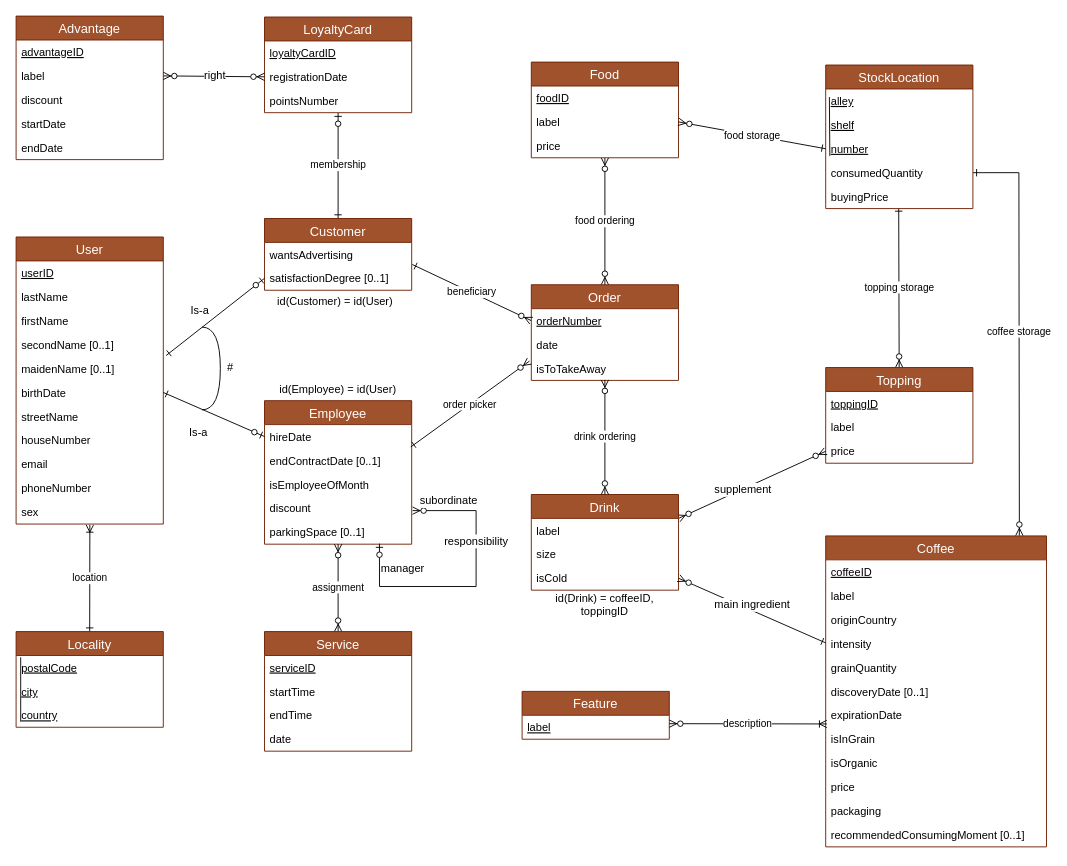
Above: SchemaEA.drawio in DrakeXorn/CoffIG (draw.io), before the change. Source tidied: cells renumbered, new cells numbered last; positions are measured from the earlier drawing's top-left corner, leaving out a move shared by most shapes. Both pictures are drawn from the tidied source at 92%, with x=0, y=0 at pixel (16, 16).
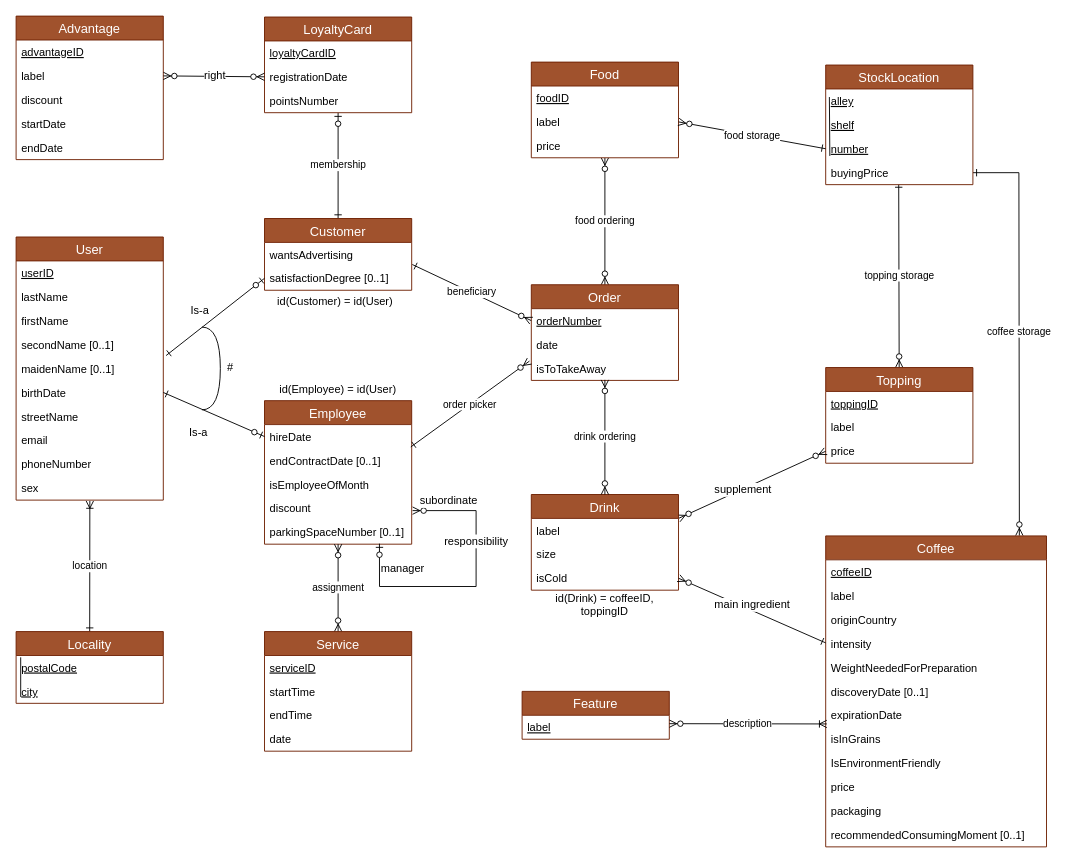
The same page after the edit.

Commit message (it also covers changes not shown here):
Adaptation ER et changements EA

The change refers to these unchanged cells:
```xml
<mxCell id="23" value="Coffee" style="swimlane;fontStyle=0;horizontal=1;startSize=26;fillColor=#a0522d;swimlaneFillColor=#ffffff;align=center;fontSize=14;strokeColor=#6D1F00;fontColor=#ffffff;" parent="1" vertex="1">
  <mxGeometry x="880" y="565" width="240" height="338" as="geometry" />
</mxCell>
<mxCell id="67" value="Employee" style="swimlane;fontStyle=0;horizontal=1;startSize=26;fillColor=#a0522d;swimlaneFillColor=#ffffff;align=center;fontSize=14;strokeColor=#6D1F00;fontColor=#ffffff;" parent="1" vertex="1">
  <mxGeometry x="270" y="418" width="160" height="156" as="geometry" />
</mxCell>
```

Diff of the diagram source:
```diff
@@
-    <mxCell id="28" value="grainQuantity" style="text;strokeColor=none;fillColor=none;spacingLeft=4;spacingRight=4;overflow=hidden;fontSize=12;" parent="23" vertex="1">
+    <mxCell id="28" value="WeightNeededForPreparation" style="text;strokeColor=none;fillColor=none;spacingLeft=4;spacingRight=4;overflow=hidden;fontSize=12;" parent="23" vertex="1">
       <mxGeometry y="130" width="240" height="26" as="geometry" />
     </mxCell>
@@
-    <mxCell id="31" value="isInGrain" style="text;spacingLeft=4;spacingRight=4;overflow=hidden;fontSize=12;" parent="23" vertex="1">
+    <mxCell id="31" value="isInGrains" style="text;spacingLeft=4;spacingRight=4;overflow=hidden;fontSize=12;" parent="23" vertex="1">
       <mxGeometry y="208" width="240" height="26" as="geometry" />
     </mxCell>
-    <mxCell id="32" value="isOrganic" style="text;strokeColor=none;fillColor=none;spacingLeft=4;spacingRight=4;overflow=hidden;fontSize=12;labelBackgroundColor=#FFFFFF;" parent="23" vertex="1">
+    <mxCell id="32" value="IsEnvironmentFriendly" style="text;strokeColor=none;fillColor=none;spacingLeft=4;spacingRight=4;overflow=hidden;fontSize=12;labelBackgroundColor=#FFFFFF;" parent="23" vertex="1">
       <mxGeometry y="234" width="240" height="26" as="geometry" />
     </mxCell>
@@
     <mxCell id="38" value="StockLocation" style="swimlane;fontStyle=0;horizontal=1;startSize=26;fillColor=#a0522d;swimlaneFillColor=#ffffff;align=center;fontSize=14;strokeColor=#6D1F00;fontColor=#ffffff;" parent="1" vertex="1">
-      <mxGeometry x="880" y="53.2" width="160" height="156" as="geometry" />
+      <mxGeometry x="880" y="53.2" width="160" height="130" as="geometry" />
     </mxCell>
@@
-    <mxCell id="42" value="consumedQuantity" style="text;strokeColor=none;fillColor=none;spacingLeft=4;spacingRight=4;overflow=hidden;fontSize=12;" parent="38" vertex="1">
-      <mxGeometry y="104" width="160" height="26" as="geometry" />
-    </mxCell>
     <mxCell id="43" value="buyingPrice" style="text;strokeColor=none;fillColor=none;spacingLeft=4;spacingRight=4;overflow=hidden;points=[[0,0.5],[1,0.5]];portConstraint=eastwest;fontSize=12;" parent="38" vertex="1">
-      <mxGeometry y="130" width="160" height="26" as="geometry" />
+      <mxGeometry y="104" width="160" height="26" as="geometry" />
     </mxCell>
@@
     <mxCell id="45" value="User" style="swimlane;fontStyle=0;horizontal=1;startSize=26;fillColor=#a0522d;swimlaneFillColor=#ffffff;align=center;fontSize=14;strokeColor=#6D1F00;fontColor=#ffffff;" parent="1" vertex="1">
-      <mxGeometry y="240.1" width="160" height="312" as="geometry" />
+      <mxGeometry y="240.1" width="160" height="286" as="geometry" />
     </mxCell>
@@
-    <mxCell id="53" value="houseNumber" style="text;strokeColor=none;fillColor=none;spacingLeft=4;spacingRight=4;overflow=hidden;fontSize=12;" parent="45" vertex="1">
-      <mxGeometry y="208" width="160" height="26" as="geometry" />
-    </mxCell>
     <mxCell id="54" value="email" style="text;strokeColor=none;fillColor=none;spacingLeft=4;spacingRight=4;overflow=hidden;fontSize=12;" parent="45" vertex="1">
-      <mxGeometry y="234" width="160" height="26" as="geometry" />
+      <mxGeometry y="208" width="160" height="26" as="geometry" />
     </mxCell>
     <mxCell id="55" value="phoneNumber" style="text;strokeColor=none;fillColor=none;spacingLeft=4;spacingRight=4;overflow=hidden;fontSize=12;" parent="45" vertex="1">
-      <mxGeometry y="260" width="160" height="26" as="geometry" />
+      <mxGeometry y="234" width="160" height="26" as="geometry" />
     </mxCell>
     <mxCell id="56" value="sex" style="text;strokeColor=none;fillColor=none;spacingLeft=4;spacingRight=4;overflow=hidden;points=[[0,0.5],[1,0.5]];portConstraint=eastwest;fontSize=12;" parent="45" vertex="1">
-      <mxGeometry y="286" width="160" height="26" as="geometry" />
+      <mxGeometry y="260" width="160" height="26" as="geometry" />
     </mxCell>
@@
     <mxCell id="58" value="Locality" style="swimlane;fontStyle=0;horizontal=1;startSize=26;fillColor=#a0522d;swimlaneFillColor=#ffffff;align=center;fontSize=14;strokeColor=#6D1F00;fontColor=#ffffff;" parent="1" vertex="1">
-      <mxGeometry y="669" width="160" height="104" as="geometry" />
+      <mxGeometry y="669" width="160" height="78" as="geometry" />
     </mxCell>
@@
     <mxCell id="61" style="endArrow=none;html=1;" parent="58" edge="1">
       <mxGeometry relative="1" as="geometry">
-        <mxPoint x="5" y="98" as="sourcePoint" />
+        <mxPoint x="5" y="71" as="sourcePoint" />
         <mxPoint x="5" y="28" as="targetPoint" />
       </mxGeometry>
     </mxCell>
-    <mxCell id="62" value="country" style="text;strokeColor=none;fillColor=none;spacingLeft=4;spacingRight=4;overflow=hidden;fontSize=12;fontStyle=4;" parent="58" vertex="1">
-      <mxGeometry y="78" width="160" height="26" as="geometry" />
-    </mxCell>
@@
-    <mxCell id="76" value="parkingSpace [0..1]" style="text;strokeColor=none;fillColor=none;spacingLeft=4;spacingRight=4;overflow=hidden;points=[[0,0.5],[1,0.5]];portConstraint=eastwest;fontSize=12;" parent="67" vertex="1">
+    <mxCell id="76" value="parkingSpaceNumber [0..1]" style="text;strokeColor=none;fillColor=none;spacingLeft=4;spacingRight=4;overflow=hidden;points=[[0,0.5],[1,0.5]];portConstraint=eastwest;fontSize=12;" parent="67" vertex="1">
       <mxGeometry y="130" width="160" height="26" as="geometry" />
     </mxCell>
```
